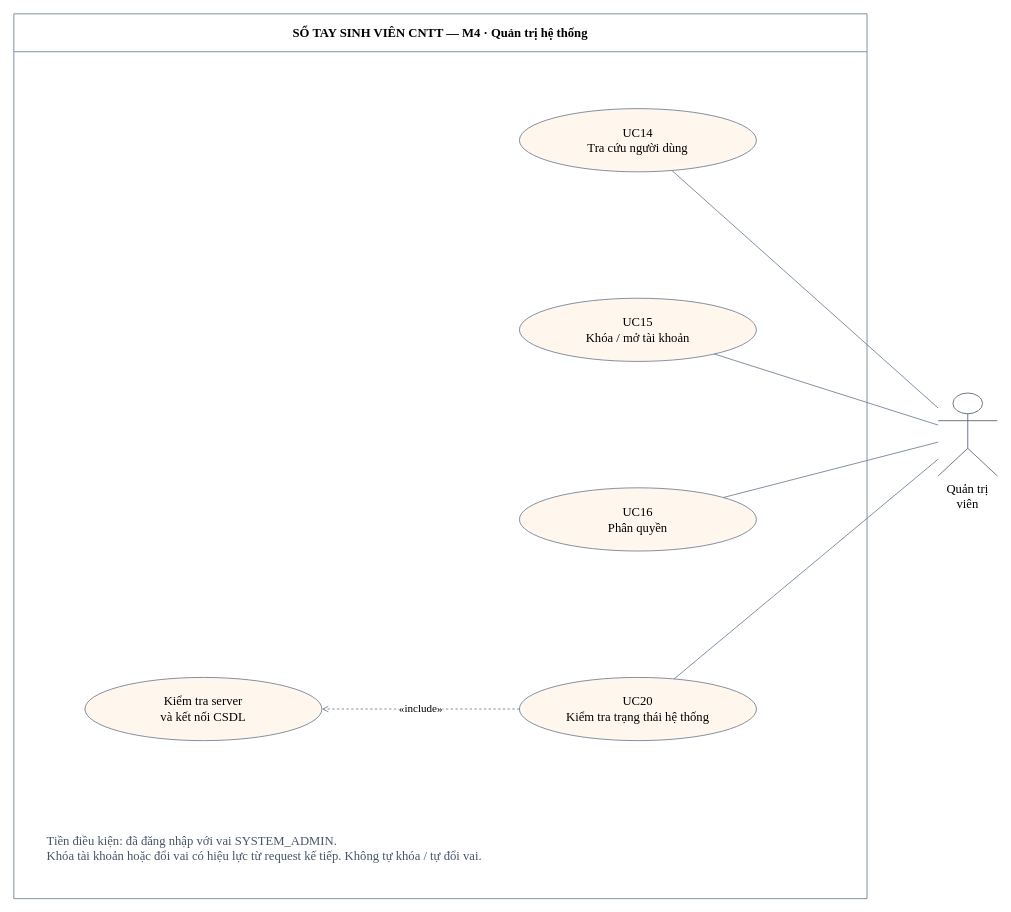
hominhduc-dev/So-Tay-Sinh-Vien-CNTT-DAU keeps this draw.io diagram as page "M4 · Quản trị hệ thống" (5 of 31) of docs/diagrams/so-do-he-thong.drawio. Above is the earlier version. Source tidied: cells renumbered, new cells numbered last; positions are measured from the earlier drawing's top-left corner, leaving out a move shared by most shapes. Both pictures are drawn from the tidied source at 79%, with x=0, y=0 at pixel (13, 13).
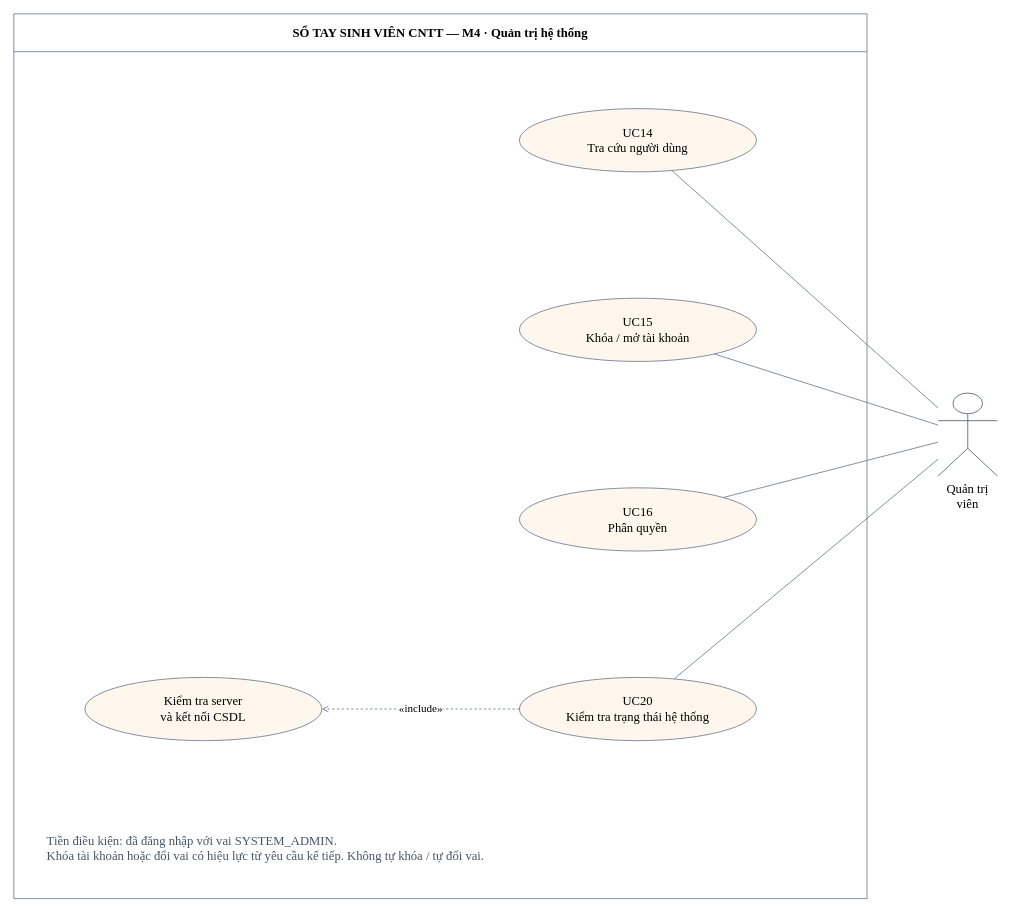
Above is the later version.

The edit, as a diff of the source:
```diff
@@
 <mxGraphModel>
   <root>
     <mxCell id="0" />
     <mxCell id="1" parent="0" />
     <mxCell id="2" value="SỔ TAY SINH VIÊN CNTT — M4 · Quản trị hệ thống" style="swimlane;startSize=48;fillColor=#ffffff;swimlaneFillColor=#ffffff;strokeColor=#64748b;fontStyle=1;html=1;whiteSpace=wrap;fontFamily=Times New Roman;fontSize=16;" parent="1" vertex="1">
       <mxGeometry width="1080" height="1120" as="geometry" />
     </mxCell>
     <mxCell id="3" value="Quản trị viên" style="shape=umlActor;verticalLabelPosition=bottom;verticalAlign=top;fillColor=#ffffff;strokeColor=#475569;html=1;whiteSpace=wrap;fontFamily=Times New Roman;fontSize=16;" parent="1" vertex="1">
       <mxGeometry x="1170" y="480" width="75" height="105" as="geometry" />
     </mxCell>
     <mxCell id="4" value="UC14&lt;br&gt;Tra cứu người dùng" style="ellipse;fillColor=#fff7ed;strokeColor=#64748b;html=1;whiteSpace=wrap;fontFamily=Times New Roman;fontSize=16;" parent="1" vertex="1">
       <mxGeometry x="640" y="120" width="300" height="80" as="geometry" />
     </mxCell>
     <mxCell id="5" style="html=1;endArrow=none;endFill=0;dashed=0;strokeColor=#64748b;fontFamily=Times New Roman;fontSize=14;labelBackgroundColor=#ffffff;" parent="1" edge="1" source="3" target="4">
       <mxGeometry relative="1" as="geometry" />
     </mxCell>
     <mxCell id="6" value="UC15&lt;br&gt;Khóa / mở tài khoản" style="ellipse;fillColor=#fff7ed;strokeColor=#64748b;html=1;whiteSpace=wrap;fontFamily=Times New Roman;fontSize=16;" parent="1" vertex="1">
       <mxGeometry x="640" y="360" width="300" height="80" as="geometry" />
     </mxCell>
     <mxCell id="7" style="html=1;endArrow=none;endFill=0;dashed=0;strokeColor=#64748b;fontFamily=Times New Roman;fontSize=14;labelBackgroundColor=#ffffff;" parent="1" edge="1" source="3" target="6">
       <mxGeometry relative="1" as="geometry" />
     </mxCell>
     <mxCell id="8" value="UC16&lt;br&gt;Phân quyền" style="ellipse;fillColor=#fff7ed;strokeColor=#64748b;html=1;whiteSpace=wrap;fontFamily=Times New Roman;fontSize=16;" parent="1" vertex="1">
       <mxGeometry x="640" y="600" width="300" height="80" as="geometry" />
     </mxCell>
     <mxCell id="9" style="html=1;endArrow=none;endFill=0;dashed=0;strokeColor=#64748b;fontFamily=Times New Roman;fontSize=14;labelBackgroundColor=#ffffff;" parent="1" edge="1" source="3" target="8">
       <mxGeometry relative="1" as="geometry" />
     </mxCell>
     <mxCell id="10" value="UC20&lt;br&gt;Kiểm tra trạng thái hệ thống" style="ellipse;fillColor=#fff7ed;strokeColor=#64748b;html=1;whiteSpace=wrap;fontFamily=Times New Roman;fontSize=16;" parent="1" vertex="1">
       <mxGeometry x="640" y="840" width="300" height="80" as="geometry" />
     </mxCell>
     <mxCell id="11" style="html=1;endArrow=none;endFill=0;dashed=0;strokeColor=#64748b;fontFamily=Times New Roman;fontSize=14;labelBackgroundColor=#ffffff;" parent="1" edge="1" source="3" target="10">
       <mxGeometry relative="1" as="geometry" />
     </mxCell>
     <mxCell id="12" value="Kiểm tra server&lt;br&gt;và kết nối CSDL" style="ellipse;fillColor=#fff7ed;strokeColor=#64748b;html=1;whiteSpace=wrap;fontFamily=Times New Roman;fontSize=16;" parent="1" vertex="1">
       <mxGeometry x="90" y="840" width="300" height="80" as="geometry" />
     </mxCell>
     <mxCell id="13" value="«include»" style="html=1;endArrow=open;endFill=0;dashed=1;strokeColor=#64748b;fontFamily=Times New Roman;fontSize=14;labelBackgroundColor=#ffffff;" parent="1" edge="1" source="10" target="12">
       <mxGeometry relative="1" as="geometry" />
     </mxCell>
-    <mxCell id="14" value="Tiền điều kiện: đã đăng nhập với vai SYSTEM_ADMIN.&lt;br&gt;Khóa tài khoản hoặc đổi vai có hiệu lực từ request kế tiếp. Không tự khóa / tự đổi vai." style="text;align=left;verticalAlign=top;fontColor=#475569;html=1;whiteSpace=wrap;fontFamily=Times New Roman;fontSize=16;" parent="1" vertex="1">
+    <mxCell id="14" value="Tiền điều kiện: đã đăng nhập với vai SYSTEM_ADMIN.&lt;br&gt;Khóa tài khoản hoặc đổi vai có hiệu lực từ yêu cầu kế tiếp. Không tự khóa / tự đổi vai." style="text;align=left;verticalAlign=top;fontColor=#475569;html=1;whiteSpace=wrap;fontFamily=Times New Roman;fontSize=16;" parent="1" vertex="1">
       <mxGeometry x="40" y="1030" width="1000" height="70" as="geometry" />
     </mxCell>
   </root>
 </mxGraphModel>
```
